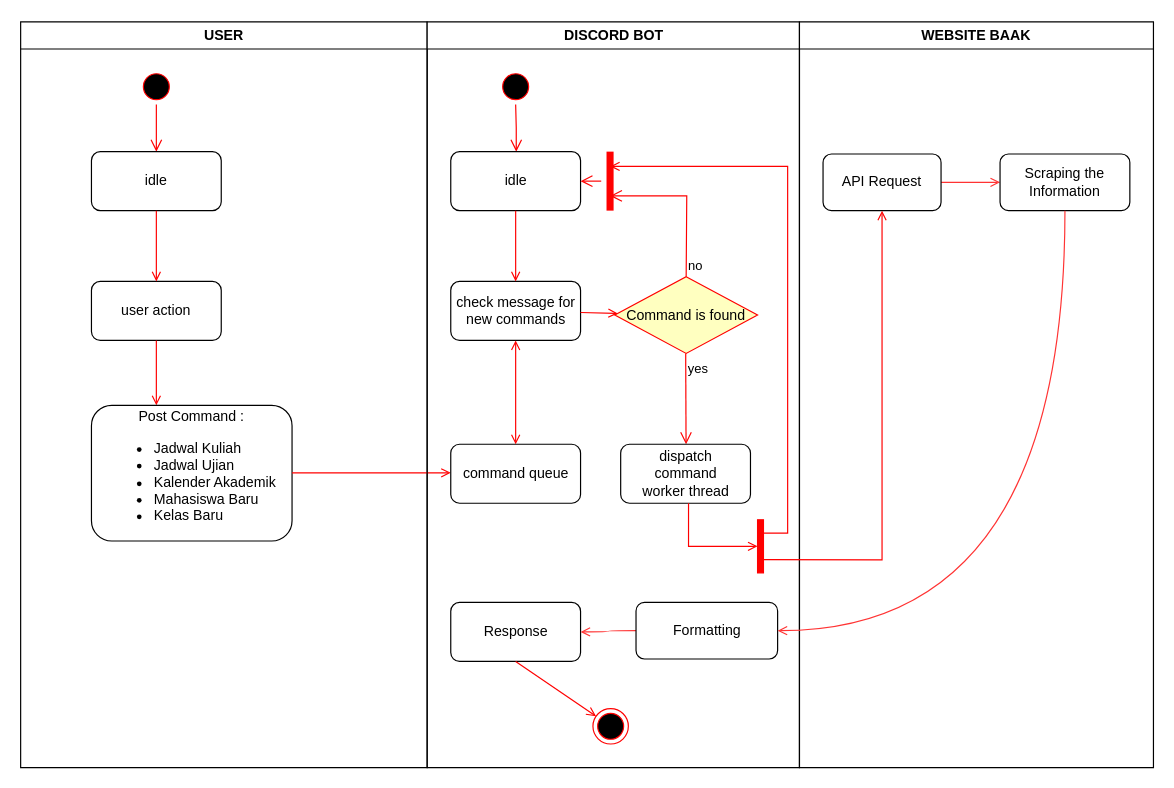
The draw.io diagram FlowGraph Diagram.drawio in Ikhari/For-app.diagrams.net, before the edit. Source tidied: cells renumbered, new cells numbered last; positions are measured from the earlier drawing's top-left corner, leaving out a move shared by most shapes. Both pictures are drawn from the tidied source at 118%, with x=0, y=0 at pixel (20, 21).
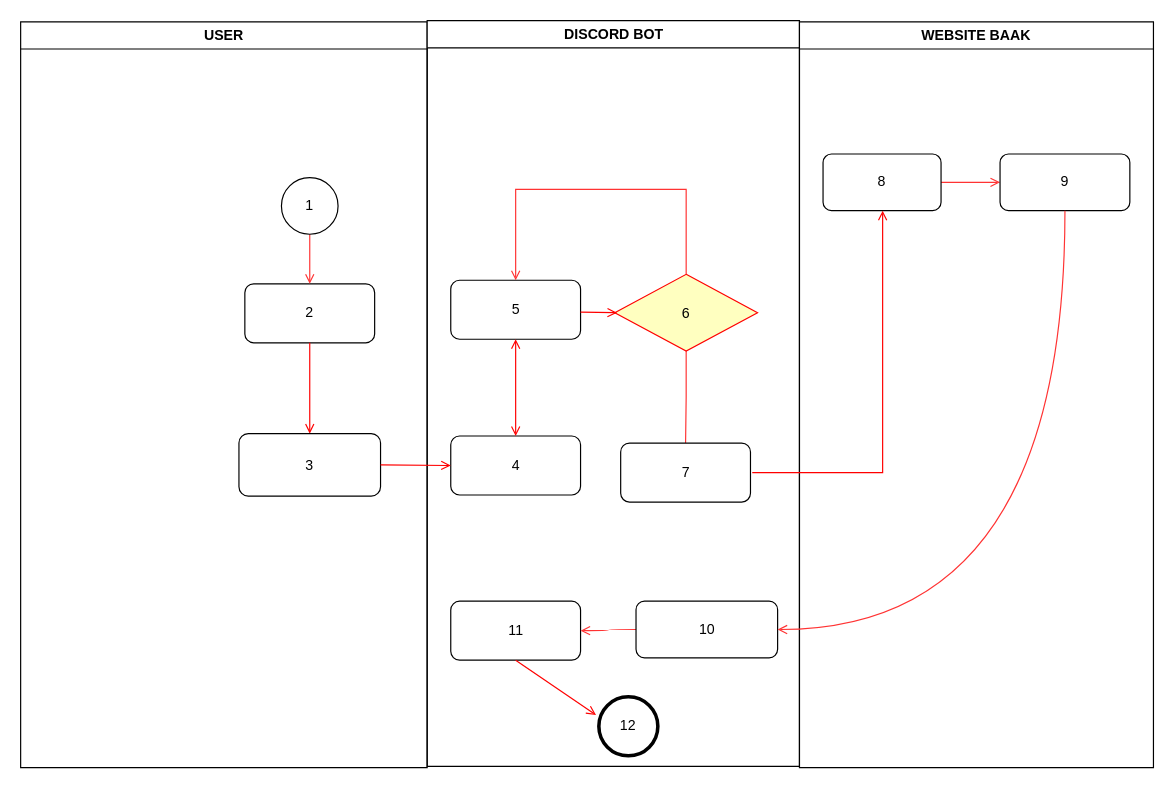
Above is the later version.

The change refers to these unchanged cells:
```xml
<mxCell id="2" value="USER" style="swimlane;whiteSpace=wrap;" parent="1" vertex="1">
  <mxGeometry width="344.5" height="632" as="geometry" />
</mxCell>
<mxCell id="34" value="WEBSITE BAAK" style="swimlane;whiteSpace=wrap;" parent="1" vertex="1">
  <mxGeometry x="660" width="300" height="632" as="geometry" />
</mxCell>
```

What changed in the source:
```diff
@@
-    <mxCell id="3" style="ellipse;shape=startState;fillColor=#000000;strokeColor=#ff0000;" parent="2" vertex="1">
-      <mxGeometry x="100" y="40" width="30" height="30" as="geometry" />
-    </mxCell>
-    <mxCell id="4" style="edgeStyle=elbowEdgeStyle;elbow=horizontal;verticalAlign=bottom;endArrow=open;endSize=8;strokeColor=#FF0000;endFill=1;rounded=0;" parent="2" edge="1" source="3" target="5">
-      <mxGeometry x="100" y="40" as="geometry" />
-    </mxCell>
-    <mxCell id="5" value="idle" style="rounded=1;whiteSpace=wrap;html=1;" parent="2" vertex="1">
-      <mxGeometry x="60" y="110" width="110" height="50" as="geometry" />
-    </mxCell>
-    <mxCell id="6" value="user action" style="rounded=1;whiteSpace=wrap;html=1;" parent="2" vertex="1">
-      <mxGeometry x="60" y="220" width="110" height="50" as="geometry" />
+    <mxCell id="6" value="2" style="rounded=1;whiteSpace=wrap;html=1;" parent="2" vertex="1">
+      <mxGeometry x="190" y="222" width="110" height="50" as="geometry" />
     </mxCell>
-    <mxCell id="7" style="endArrow=open;strokeColor=#FF0000;endFill=1;rounded=0;" parent="2" edge="1" source="5" target="6">
-      <mxGeometry relative="1" as="geometry" />
-    </mxCell>
-    <mxCell id="8" style="endArrow=open;strokeColor=#FF0000;endFill=1;rounded=0;" parent="2" edge="1" source="6">
-      <mxGeometry relative="1" as="geometry">
-        <mxPoint x="115" y="325" as="targetPoint" />
-      </mxGeometry>
+    <mxCell id="8" style="endArrow=open;strokeColor=#FF0000;endFill=1;rounded=0;entryX=0.5;entryY=0;entryDx=0;entryDy=0;" parent="2" edge="1" source="6" target="9">
+      <mxGeometry relative="1" as="geometry" />
     </mxCell>
-    <mxCell id="9" value="Post Command :&lt;br&gt;&lt;ul&gt;&lt;li style=&quot;text-align: justify;&quot;&gt;Jadwal Kuliah&lt;/li&gt;&lt;li style=&quot;text-align: justify;&quot;&gt;Jadwal Ujian&lt;/li&gt;&lt;li style=&quot;text-align: justify;&quot;&gt;Kalender Akademik&lt;/li&gt;&lt;li style=&quot;text-align: justify;&quot;&gt;Mahasiswa Baru&lt;/li&gt;&lt;li style=&quot;text-align: justify;&quot;&gt;Kelas Baru&lt;/li&gt;&lt;/ul&gt;" style="rounded=1;whiteSpace=wrap;html=1;" parent="2" vertex="1">
-      <mxGeometry x="60" y="325" width="170" height="115" as="geometry" />
+    <mxCell id="9" value="3" style="rounded=1;whiteSpace=wrap;html=1;" parent="2" vertex="1">
+      <mxGeometry x="185" y="349" width="120" height="53" as="geometry" />
     </mxCell>
-    <mxCell id="10" style="endArrow=open;strokeColor=#FF0000;endFill=1;rounded=0;" parent="2" edge="1">
-      <mxGeometry relative="1" as="geometry">
-        <mxPoint x="230" y="382.2" as="sourcePoint" />
-        <mxPoint x="364.5" y="382.2" as="targetPoint" />
-      </mxGeometry>
-    </mxCell>
+    <mxCell id="40" style="edgeStyle=orthogonalEdgeStyle;rounded=0;jettySize=auto;html=1;entryX=0.5;entryY=0;entryDx=0;entryDy=0;strokeColor=#FF3333;endArrow=open;endFill=0;" parent="2" edge="1" source="41" target="6">
+      <mxGeometry relative="1" as="geometry" />
+    </mxCell>
+    <mxCell id="41" value="1" style="ellipse;whiteSpace=wrap;html=1;strokeWidth=1;" parent="2" vertex="1">
+      <mxGeometry x="221" y="132" width="48" height="48" as="geometry" />
+    </mxCell>
     <mxCell id="11" value="DISCORD BOT" style="swimlane;whiteSpace=wrap;" parent="1" vertex="1">
-      <mxGeometry x="344.5" width="315.5" height="632" as="geometry" />
+      <mxGeometry x="344.5" y="-1" width="315.5" height="632" as="geometry" />
     </mxCell>
-    <mxCell id="12" style="ellipse;shape=startState;fillColor=#000000;strokeColor=#ff0000;" parent="11" vertex="1">
-      <mxGeometry x="60" y="40" width="30" height="30" as="geometry" />
-    </mxCell>
-    <mxCell id="13" style="edgeStyle=elbowEdgeStyle;elbow=horizontal;verticalAlign=bottom;endArrow=open;endSize=8;strokeColor=#FF0000;endFill=1;rounded=0;" parent="11" edge="1" source="12" target="14">
-      <mxGeometry x="40" y="20" as="geometry" />
-    </mxCell>
-    <mxCell id="14" value="idle" style="rounded=1;whiteSpace=wrap;html=1;" parent="11" vertex="1">
-      <mxGeometry x="20" y="110" width="110" height="50" as="geometry" />
-    </mxCell>
-    <mxCell id="15" value="check message for &lt;br&gt;new commands" style="rounded=1;whiteSpace=wrap;html=1;" parent="11" vertex="1">
+    <mxCell id="15" value="5" style="rounded=1;whiteSpace=wrap;html=1;" parent="11" vertex="1">
       <mxGeometry x="20" y="220" width="110" height="50" as="geometry" />
     </mxCell>
-    <mxCell id="16" style="endArrow=open;strokeColor=#FF0000;endFill=1;rounded=0;" parent="11" edge="1" source="14" target="15">
-      <mxGeometry relative="1" as="geometry" />
-    </mxCell>
-    <mxCell id="17" value="command queue" style="rounded=1;whiteSpace=wrap;html=1;" parent="11" vertex="1">
-      <mxGeometry x="20" y="358" width="110" height="50" as="geometry" />
+    <mxCell id="17" value="4" style="rounded=1;whiteSpace=wrap;html=1;" parent="11" vertex="1">
+      <mxGeometry x="20" y="352" width="110" height="50" as="geometry" />
     </mxCell>
@@
+    <mxCell id="42" style="edgeStyle=orthogonalEdgeStyle;rounded=0;jettySize=auto;html=1;entryX=0.5;entryY=0;entryDx=0;entryDy=0;strokeColor=#FF3333;endArrow=none;endFill=0;" parent="11" edge="1" source="19" target="25">
+      <mxGeometry relative="1" as="geometry" />
+    </mxCell>
-    <mxCell id="19" value="Command is found" style="rhombus;fillColor=#ffffc0;strokeColor=#ff0000;fontSize=12;" parent="11" vertex="1">
-      <mxGeometry x="159" y="216" width="121" height="65" as="geometry" />
+    <mxCell id="19" value="6" style="rhombus;fillColor=#ffffc0;strokeColor=#ff0000;fontSize=12;" parent="11" vertex="1">
+      <mxGeometry x="159" y="215" width="121" height="65" as="geometry" />
     </mxCell>
-    <mxCell id="20" value="no" style="edgeStyle=elbowEdgeStyle;elbow=horizontal;align=left;verticalAlign=bottom;endArrow=open;endSize=8;strokeColor=#FF0000;exitX=0.5;exitY=0;endFill=1;rounded=0;entryX=0.75;entryY=0.5;entryPerimeter=0;entryDx=0;entryDy=0;exitDx=0;exitDy=0;" parent="11" edge="1" source="19" target="23">
-      <mxGeometry x="-1" relative="1" as="geometry">
-        <Array as="points">
-          <mxPoint x="220" y="192" />
-        </Array>
-      </mxGeometry>
-    </mxCell>
-    <mxCell id="21" value="yes" style="edgeStyle=elbowEdgeStyle;elbow=horizontal;align=left;verticalAlign=top;endArrow=open;endSize=8;strokeColor=#FF0000;endFill=1;rounded=0;entryX=0.5;entryY=0;entryDx=0;entryDy=0;" parent="11" edge="1">
-      <mxGeometry x="-1" relative="1" as="geometry">
-        <mxPoint x="219.1" y="281" as="sourcePoint" />
-        <mxPoint x="219.4" y="358" as="targetPoint" />
-        <Array as="points">
-          <mxPoint x="219.4" y="322" />
-        </Array>
-      </mxGeometry>
-    </mxCell>
-    <mxCell id="22" style="endArrow=open;strokeColor=#FF0000;endFill=1;rounded=0;" parent="11" edge="1" source="15" target="19">
-      <mxGeometry relative="1" as="geometry" />
+    <mxCell id="22" style="endArrow=open;strokeColor=#FF0000;endFill=1;rounded=0;" parent="11" edge="1">
+      <mxGeometry relative="1" as="geometry">
+        <mxPoint x="130" y="247" as="sourcePoint" />
+        <mxPoint x="160.9" y="247.5" as="targetPoint" />
+      </mxGeometry>
     </mxCell>
-    <mxCell id="23" style="shape=line;strokeWidth=6;strokeColor=#ff0000;rotation=90;" parent="11" vertex="1">
-      <mxGeometry x="130" y="127.5" width="50" height="15" as="geometry" />
-    </mxCell>
-    <mxCell id="24" style="edgeStyle=elbowEdgeStyle;elbow=horizontal;verticalAlign=bottom;endArrow=open;endSize=8;strokeColor=#FF0000;endFill=1;rounded=0;" parent="11" edge="1" source="23" target="14">
-      <mxGeometry x="130" y="90" as="geometry" />
-    </mxCell>
-    <mxCell id="25" value="dispatch&#10;command&#10;worker thread" style="rounded=1;whiteSpace=wrap;html=1;" parent="11" vertex="1">
+    <mxCell id="25" value="7" style="rounded=1;whiteSpace=wrap;html=1;" parent="11" vertex="1">
       <mxGeometry x="164" y="358" width="110" height="50" as="geometry" />
     </mxCell>
-    <mxCell id="26" style="whiteSpace=wrap;strokeColor=#FF0000;fillColor=#FF0000;" parent="11" vertex="1">
-      <mxGeometry x="280" y="422" width="5" height="45" as="geometry" />
-    </mxCell>
-    <mxCell id="27" style="edgeStyle=elbowEdgeStyle;elbow=horizontal;strokeColor=#FF0000;endArrow=open;endFill=1;rounded=0;entryX=0;entryY=0.5;entryDx=0;entryDy=0;" parent="11" edge="1">
-      <mxGeometry relative="1" as="geometry">
-        <mxPoint x="221.5" y="408" as="sourcePoint" />
-        <mxPoint x="280" y="444.5" as="targetPoint" />
-        <Array as="points">
-          <mxPoint x="221.5" y="467" />
-        </Array>
-      </mxGeometry>
-    </mxCell>
-    <mxCell id="28" style="edgeStyle=elbowEdgeStyle;elbow=horizontal;strokeColor=#FF0000;endArrow=open;endFill=1;rounded=0;entryX=0.25;entryY=0.5;entryPerimeter=0;exitX=1;exitY=0.25;exitDx=0;exitDy=0;" parent="11" edge="1" source="26" target="23">
-      <mxGeometry relative="1" as="geometry">
-        <Array as="points">
-          <mxPoint x="305.5" y="135" />
-        </Array>
-      </mxGeometry>
-    </mxCell>
-    <mxCell id="29" value="Response" style="rounded=1;whiteSpace=wrap;html=1;" parent="11" vertex="1">
+    <mxCell id="29" value="11" style="rounded=1;whiteSpace=wrap;html=1;" parent="11" vertex="1">
       <mxGeometry x="20" y="492" width="110" height="50" as="geometry" />
     </mxCell>
-    <mxCell id="30" style="ellipse;shape=endState;fillColor=#000000;strokeColor=#ff0000;" parent="11" vertex="1">
-      <mxGeometry x="140.5" y="582" width="30" height="30" as="geometry" />
-    </mxCell>
-    <mxCell id="31" style="endArrow=open;strokeColor=#FF0000;endFill=1;rounded=0;exitX=0.5;exitY=1;exitDx=0;exitDy=0;" parent="11" edge="1" source="29" target="30">
-      <mxGeometry relative="1" as="geometry" />
+    <mxCell id="31" style="endArrow=open;strokeColor=#FF0000;endFill=1;rounded=0;exitX=0.5;exitY=1;exitDx=0;exitDy=0;" parent="11" edge="1" source="29">
+      <mxGeometry relative="1" as="geometry">
+        <mxPoint x="143.1" y="588.5" as="targetPoint" />
+      </mxGeometry>
     </mxCell>
@@
-    <mxCell id="33" value="Formatting" style="rounded=1;whiteSpace=wrap;html=1;" parent="11" vertex="1">
+    <mxCell id="33" value="10" style="rounded=1;whiteSpace=wrap;html=1;" parent="11" vertex="1">
       <mxGeometry x="177" y="492" width="120" height="48" as="geometry" />
     </mxCell>
+    <mxCell id="43" style="edgeStyle=orthogonalEdgeStyle;rounded=0;jettySize=auto;html=1;fillColor=#e51400;strokeColor=#FF3333;endArrow=open;endFill=0;entryX=0.5;entryY=0;entryDx=0;entryDy=0;" parent="11" edge="1" source="19" target="15">
+      <mxGeometry relative="1" as="geometry">
+        <Array as="points">
+          <mxPoint x="220" y="143" />
+          <mxPoint x="75" y="143" />
+        </Array>
+      </mxGeometry>
+    </mxCell>
+    <mxCell id="44" value="12" style="ellipse;whiteSpace=wrap;html=1;strokeWidth=3;" parent="11" vertex="1">
+      <mxGeometry x="145.5" y="573" width="50" height="50" as="geometry" />
+    </mxCell>
@@
-    <mxCell id="36" value="API Request" style="rounded=1;whiteSpace=wrap;html=1;" parent="34" vertex="1">
+    <mxCell id="36" value="8" style="rounded=1;whiteSpace=wrap;html=1;" parent="34" vertex="1">
       <mxGeometry x="20" y="112" width="100" height="48" as="geometry" />
     </mxCell>
-    <mxCell id="37" value="Scraping the Information" style="rounded=1;whiteSpace=wrap;html=1;" parent="34" vertex="1">
+    <mxCell id="37" value="9" style="rounded=1;whiteSpace=wrap;html=1;" parent="34" vertex="1">
       <mxGeometry x="170" y="112" width="110" height="48" as="geometry" />
     </mxCell>
-    <mxCell id="38" style="edgeStyle=none;strokeColor=#FF0000;endArrow=open;endFill=1;rounded=0;exitX=1;exitY=0.75;exitDx=0;exitDy=0;entryX=0.5;entryY=1;entryDx=0;entryDy=0;" parent="1" edge="1" source="26" target="36">
-      <mxGeometry relative="1" as="geometry">
-        <Array as="points">
-          <mxPoint x="730" y="456" />
-        </Array>
-      </mxGeometry>
-    </mxCell>
@@
+    <mxCell id="10" style="endArrow=open;strokeColor=#FF0000;endFill=1;rounded=0;exitX=1;exitY=0.5;exitDx=0;exitDy=0;entryX=0;entryY=0.5;entryDx=0;entryDy=0;" parent="1" edge="1" source="9" target="17">
+      <mxGeometry relative="1" as="geometry" />
+    </mxCell>
+    <mxCell id="27" style="edgeStyle=elbowEdgeStyle;elbow=horizontal;strokeColor=#FF0000;endArrow=open;endFill=1;rounded=0;entryX=0.5;entryY=1;entryDx=0;entryDy=0;" parent="1" edge="1" target="36">
+      <mxGeometry relative="1" as="geometry">
+        <mxPoint x="620" y="382" as="sourcePoint" />
+        <Array as="points">
+          <mxPoint x="730.5" y="302" />
+          <mxPoint x="730.5" y="432" />
+          <mxPoint x="730.5" y="432" />
+          <mxPoint x="730.5" y="432" />
+          <mxPoint x="730.5" y="362" />
+        </Array>
+      </mxGeometry>
+    </mxCell>
```
